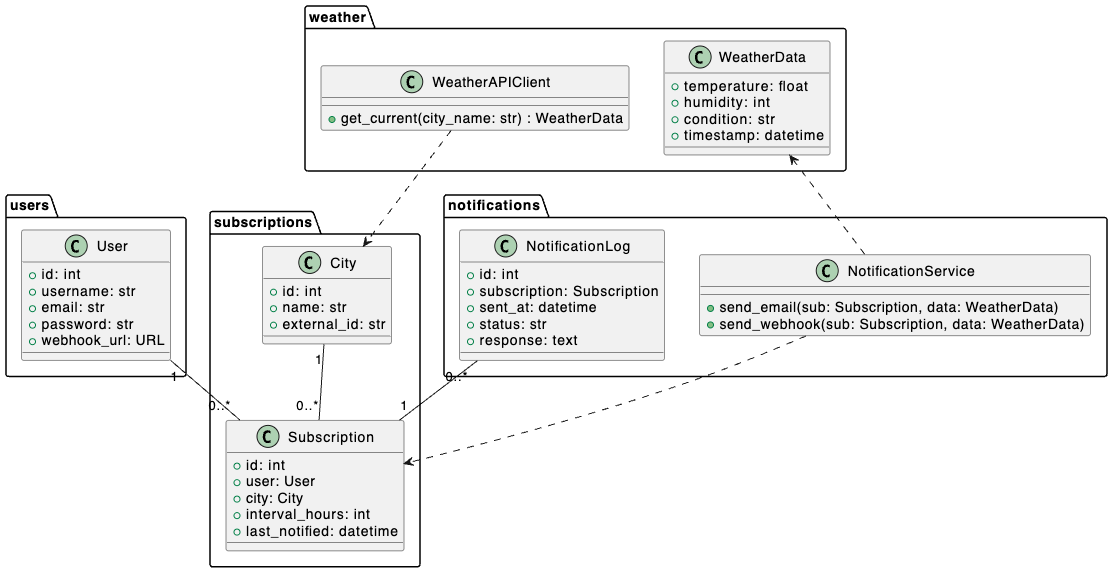
The PlantUML diagram uml/DjangoWeatherReminderUML.png in FunkyDrama/DjangoWeatherReminder, before a commit. Its source is kept beside it as uml/DjangoWeatherReminderUML.puml. The source it was exported from:
```plantuml
@startuml
package users {
  class User {
    +id: int
    +username: str
    +email: str
    +password: str
    +webhook_url: URL
  }
}

package weather {
  class WeatherAPIClient {
    +get_current(city_name: str) : WeatherData
  }
  class WeatherData {
    +temperature: float
    +humidity: int
    +condition: str
    +timestamp: datetime
  }
}

package subscriptions {
  class City {
    +id: int
    +name: str
    +external_id: str
  }

  class Subscription {
    +id: int
    +user: User
    +city: City
    +interval_hours: int
    +last_notified: datetime
  }
}

package notifications {
  class NotificationLog {
    +id: int
    +subscription: Subscription
    +sent_at: datetime
    +status: str
    +response: text
  }

  class NotificationService {
    +send_email(sub: Subscription, data: WeatherData)
    +send_webhook(sub: Subscription, data: WeatherData)
  }
}

User "1" -- "0..*" Subscription
City "1" -- "0..*" Subscription
Subscription "1" -- "0..*" NotificationLog
WeatherAPIClient ..> City
NotificationService ..> Subscription
NotificationService ..> WeatherData
@enduml
```
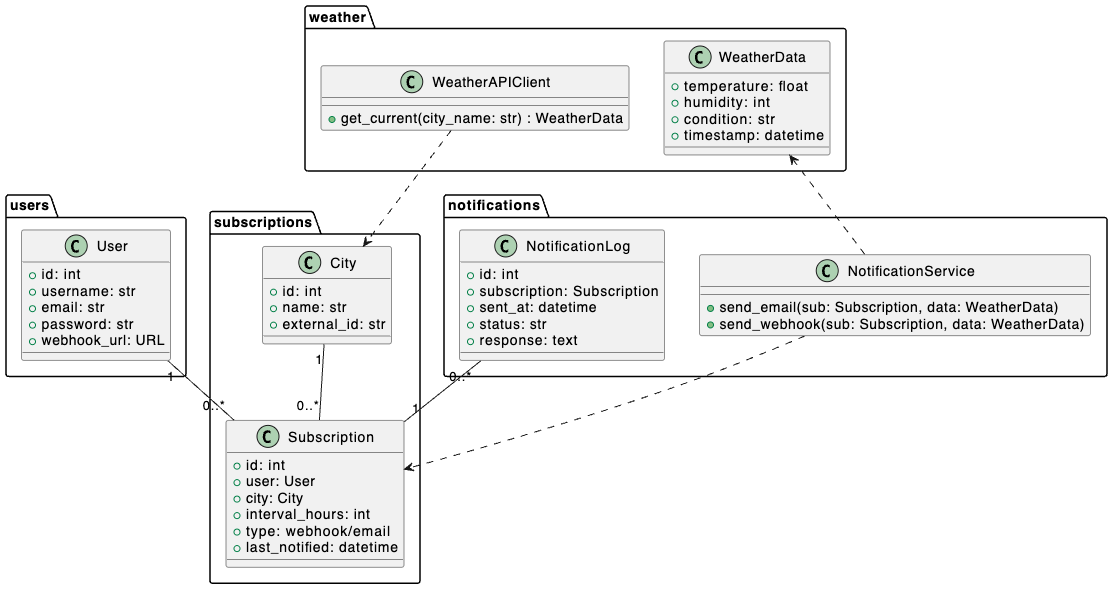
The same diagram one commit later.

Commit message:
- added type for subscription;

What changed in the source:
```diff
@@ -33,6 +33,7 @@
     +user: User
     +city: City
     +interval_hours: int
+	+type: webhook/email
     +last_notified: datetime
   }
 }
```
